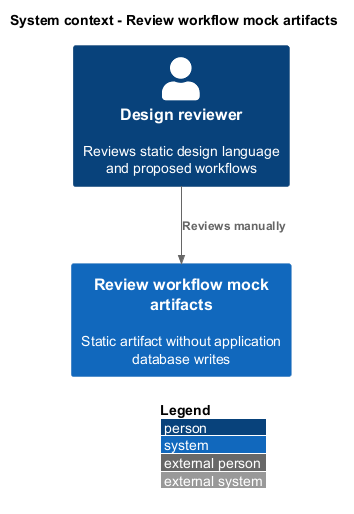
Above: docs/detailed-designs/artifacts/review-workflow-mocks/diagrams/c4-context.png in QuinntyneBrown/mission-control (PlantUML), before the change.
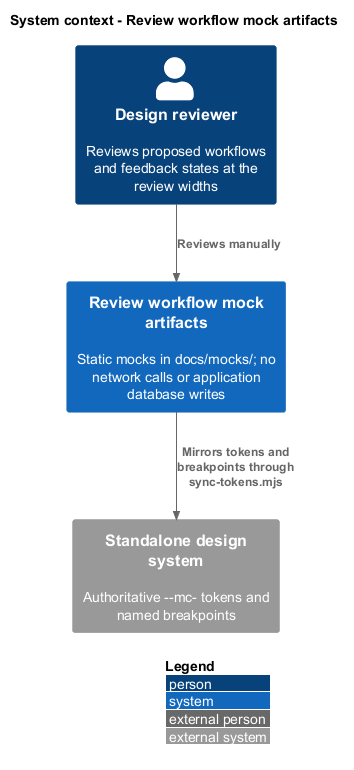
The same diagram one commit later.

Diff of the diagram source:
```diff
@@ -2,7 +2,9 @@
 !include <C4/C4_Context>
 LAYOUT_WITH_LEGEND()
 title System context - Review workflow mock artifacts
-Person(reviewer, "Design reviewer", "Reviews static design language and proposed workflows")
-System(artifact, "Review workflow mock artifacts", "Static artifact without application database writes")
+Person(reviewer, "Design reviewer", "Reviews proposed workflows and feedback states at the review widths")
+System(artifact, "Review workflow mock artifacts", "Static mocks in docs/mocks/; no network calls or application database writes")
+System_Ext(designSystem, "Standalone design system", "Authoritative --mc- tokens and named breakpoints")
 Rel(reviewer, artifact, "Reviews manually")
+Rel(artifact, designSystem, "Mirrors tokens and breakpoints through sync-tokens.mjs")
 @enduml
```
